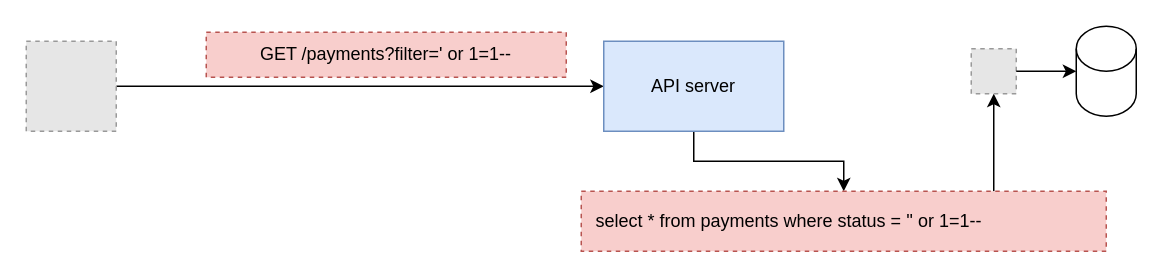
Earlier version of the draw.io diagram page "9.19" (19 of 20) of ch09.drawio (abunuwas/api-sec-book-imgs). Source tidied: cells renumbered, new cells numbered last; positions are measured from the earlier drawing's top-left corner, leaving out a move shared by most shapes. Both pictures are drawn from the tidied source at 150%, with x=0, y=0 at pixel (26, 26). Pictures stored in the file or linked from it are replaced by grey dashed boxes.
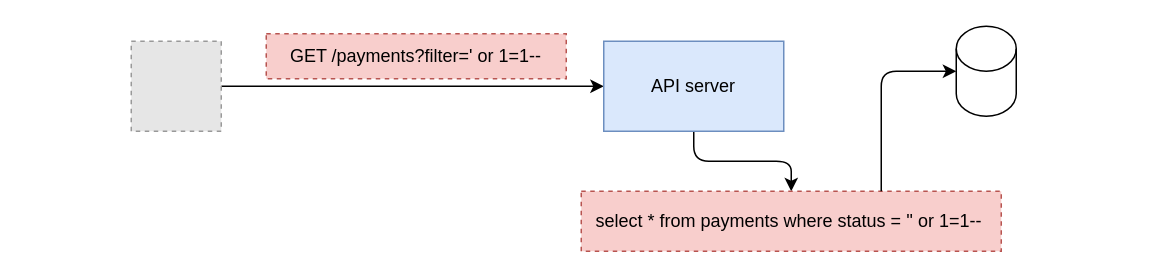
After the change.

Diff of the diagram source:
```diff
@@
 <mxGraphModel>
   <root>
     <mxCell id="0" />
     <mxCell id="1" parent="0" />
     <mxCell id="2" style="edgeStyle=orthogonalEdgeStyle;rounded=0;jettySize=auto;html=1;" parent="1" edge="1" source="3" target="6">
       <mxGeometry relative="1" as="geometry" />
     </mxCell>
     <mxCell id="3" style="fillColor=#E6E6E6;strokeColor=#999999;dashed=1;html=1;verticalAlign=top;verticalLabelPosition=bottom;labelBackgroundColor=#ffffff;" parent="1" vertex="1">
-      <mxGeometry y="10" width="60" height="60" as="geometry" />
+      <mxGeometry x="70" y="10" width="60" height="60" as="geometry" />
     </mxCell>
     <mxCell id="4" value="GET /payments?filter=' or 1=1--" style="text;html=1;align=center;verticalAlign=middle;whiteSpace=wrap;rounded=0;strokeColor=#b85450;dashed=1;fillColor=#f8cecc;" parent="1" vertex="1">
-      <mxGeometry x="120" y="4" width="240" height="30" as="geometry" />
+      <mxGeometry x="160" y="5" width="200" height="30" as="geometry" />
     </mxCell>
-    <mxCell id="5" style="edgeStyle=orthogonalEdgeStyle;rounded=0;jettySize=auto;html=1;entryX=0.5;entryY=0;entryDx=0;entryDy=0;" parent="1" edge="1" source="6" target="8">
+    <mxCell id="5" style="edgeStyle=orthogonalEdgeStyle;rounded=1;jettySize=auto;html=1;entryX=0.5;entryY=0;entryDx=0;entryDy=0;curved=0;" parent="1" edge="1" source="6" target="8">
       <mxGeometry relative="1" as="geometry" />
     </mxCell>
     <mxCell id="6" value="API server" style="rounded=0;whiteSpace=wrap;html=1;fillColor=#dae8fc;strokeColor=#6c8ebf;" parent="1" vertex="1">
       <mxGeometry x="385" y="10" width="120" height="60" as="geometry" />
     </mxCell>
-    <mxCell id="7" style="edgeStyle=orthogonalEdgeStyle;rounded=0;jettySize=auto;html=1;entryX=0.5;entryY=1;entryDx=0;entryDy=0;" parent="1" edge="1" source="8" target="10">
-      <mxGeometry relative="1" as="geometry">
-        <Array as="points">
-          <mxPoint x="645" y="80" />
-          <mxPoint x="645" y="80" />
-        </Array>
-      </mxGeometry>
-    </mxCell>
     <mxCell id="8" value="select * from payments where status = '' or 1=1--" style="text;html=1;align=left;verticalAlign=middle;whiteSpace=wrap;rounded=0;strokeColor=#b85450;dashed=1;spacing=10;fillColor=#f8cecc;" parent="1" vertex="1">
-      <mxGeometry x="370" y="110" width="350" height="40" as="geometry" />
+      <mxGeometry x="370" y="110" width="280" height="40" as="geometry" />
     </mxCell>
     <mxCell id="9" style="shape=cylinder3;whiteSpace=wrap;html=1;boundedLbl=1;backgroundOutline=1;size=15;" parent="1" vertex="1">
-      <mxGeometry x="700" width="40" height="60" as="geometry" />
+      <mxGeometry x="620" width="40" height="60" as="geometry" />
     </mxCell>
-    <mxCell id="10" style="fillColor=#E6E6E6;strokeColor=#999999;dashed=1;html=1;verticalAlign=top;verticalLabelPosition=bottom;labelBackgroundColor=#ffffff;" parent="1" vertex="1">
-      <mxGeometry x="630" y="15" width="30" height="30" as="geometry" />
-    </mxCell>
-    <mxCell id="11" style="edgeStyle=orthogonalEdgeStyle;rounded=0;jettySize=auto;html=1;entryX=0;entryY=0.5;entryDx=0;entryDy=0;entryPerimeter=0;" parent="1" edge="1" source="10" target="9">
-      <mxGeometry relative="1" as="geometry" />
-    </mxCell>
+    <mxCell id="12" style="edgeStyle=orthogonalEdgeStyle;rounded=1;jettySize=auto;html=1;entryX=0;entryY=0.5;entryDx=0;entryDy=0;entryPerimeter=0;curved=0;" parent="1" edge="1" source="8" target="9">
+      <mxGeometry relative="1" as="geometry">
+        <Array as="points">
+          <mxPoint x="570" y="30" />
+        </Array>
+      </mxGeometry>
+    </mxCell>
   </root>
 </mxGraphModel>
```
